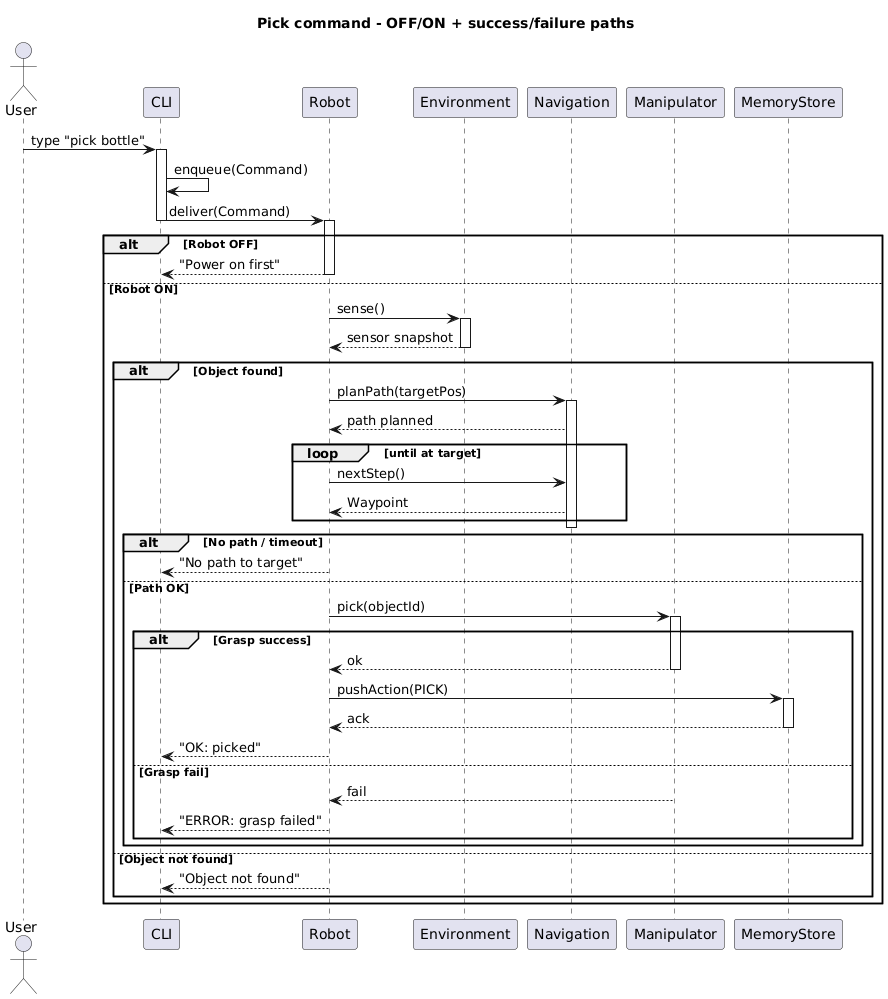
Before: OOP_PCOM7E_Assignment/assets/img/sequence_diagram.png, a diagram exported from PlantUML (va-angelier/va-angelier.github.io). Its diagram source:
```plantuml
@startuml
title "Pick command - OFF/ON + success/failure paths"

actor User
participant CLI
participant Robot
participant Environment
participant Navigation
participant Manipulator
participant MemoryStore

User -> CLI : type "pick bottle"
activate CLI
CLI -> CLI : enqueue(Command)
CLI -> Robot : deliver(Command)
deactivate CLI
activate Robot

alt Robot OFF
  Robot --> CLI : "Power on first"
  deactivate Robot
else Robot ON
  Robot -> Environment : sense()
  activate Environment
  Environment --> Robot : sensor snapshot
  deactivate Environment

  alt Object found
    Robot -> Navigation : planPath(targetPos)
    activate Navigation
    Navigation --> Robot : path planned
    loop until at target
      Robot -> Navigation : nextStep()
      Navigation --> Robot : Waypoint
    end
    deactivate Navigation

    alt No path / timeout
      Robot --> CLI : "No path to target"
      deactivate Robot
    else Path OK
      Robot -> Manipulator : pick(objectId)
      activate Manipulator
      alt Grasp success
        Manipulator --> Robot : ok
        deactivate Manipulator
        Robot -> MemoryStore : pushAction(PICK)
        activate MemoryStore
        MemoryStore --> Robot : ack
        deactivate MemoryStore
        Robot --> CLI : "OK: picked"
        deactivate Robot
      else Grasp fail
        Manipulator --> Robot : fail
        deactivate Manipulator
        Robot --> CLI : "ERROR: grasp failed"
        deactivate Robot
      end
    end
  else Object not found
    Robot --> CLI : "Object not found"
    deactivate Robot
  end
end
@enduml
```
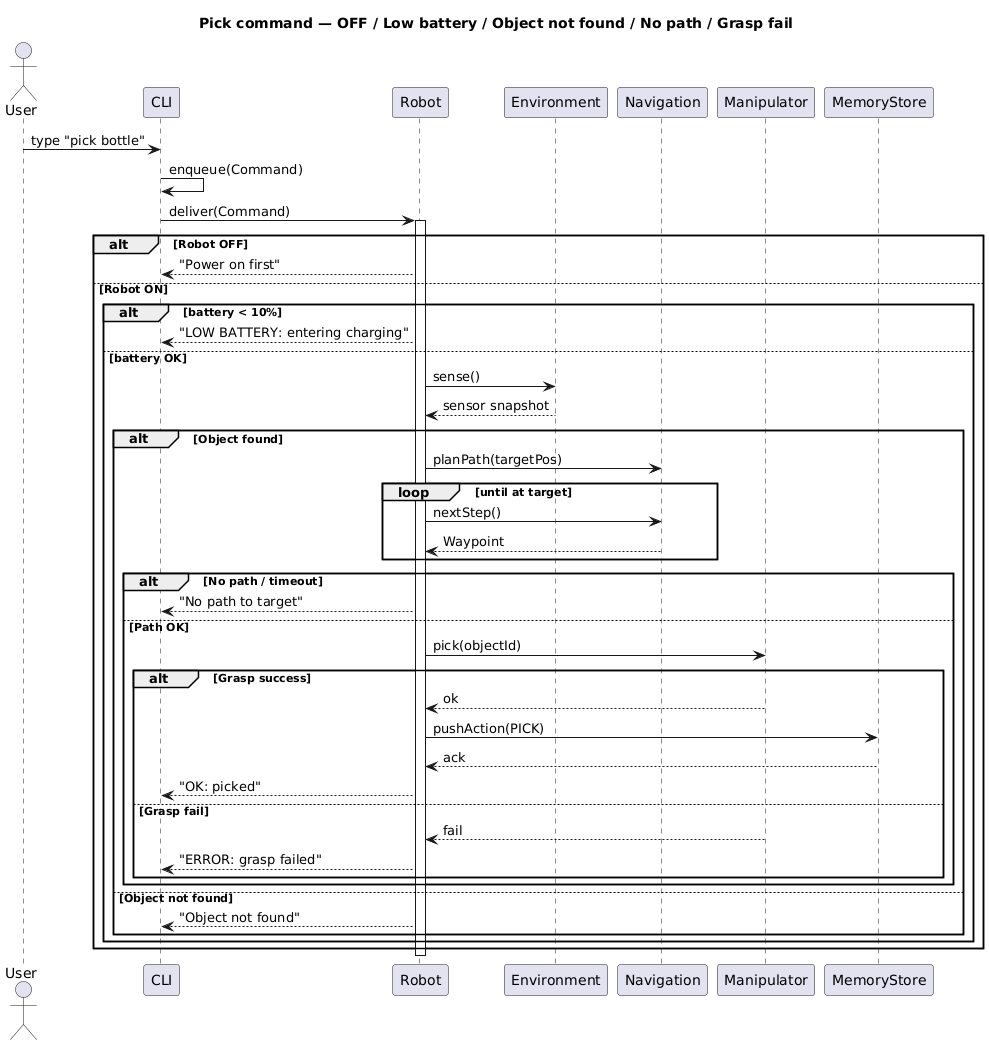
The same file after the commit.

Change to the diagram source:
```diff
@@ -1,6 +1,5 @@
 @startuml
-title "Pick command - OFF/ON + success/failure paths"
-
+title Pick command — OFF / Low battery / Object not found / No path / Grasp fail
 actor User
 participant CLI
 participant Robot
@@ -10,56 +9,42 @@
 participant MemoryStore
 
 User -> CLI : type "pick bottle"
-activate CLI
 CLI -> CLI : enqueue(Command)
 CLI -> Robot : deliver(Command)
-deactivate CLI
+
 activate Robot
-
 alt Robot OFF
   Robot --> CLI : "Power on first"
-  deactivate Robot
 else Robot ON
-  Robot -> Environment : sense()
-  activate Environment
-  Environment --> Robot : sensor snapshot
-  deactivate Environment
-
-  alt Object found
-    Robot -> Navigation : planPath(targetPos)
-    activate Navigation
-    Navigation --> Robot : path planned
-    loop until at target
-      Robot -> Navigation : nextStep()
-      Navigation --> Robot : Waypoint
+  alt battery < 10%
+    Robot --> CLI : "LOW BATTERY: entering charging"
+  else battery OK
+    Robot -> Environment : sense()
+    Environment --> Robot : sensor snapshot
+    alt Object found
+      Robot -> Navigation : planPath(targetPos)
+      loop until at target
+        Robot -> Navigation : nextStep()
+        Navigation --> Robot : Waypoint
+      end
+      alt No path / timeout
+        Robot --> CLI : "No path to target"
+      else Path OK
+        Robot -> Manipulator : pick(objectId)
+        alt Grasp success
+          Manipulator --> Robot : ok
+          Robot -> MemoryStore : pushAction(PICK)
+          MemoryStore --> Robot : ack
+          Robot --> CLI : "OK: picked"
+        else Grasp fail
+          Manipulator --> Robot : fail
+          Robot --> CLI : "ERROR: grasp failed"
+        end
+      end
+    else Object not found
+      Robot --> CLI : "Object not found"
     end
-    deactivate Navigation
-
-    alt No path / timeout
-      Robot --> CLI : "No path to target"
-      deactivate Robot
-    else Path OK
-      Robot -> Manipulator : pick(objectId)
-      activate Manipulator
-      alt Grasp success
-        Manipulator --> Robot : ok
-        deactivate Manipulator
-        Robot -> MemoryStore : pushAction(PICK)
-        activate MemoryStore
-        MemoryStore --> Robot : ack
-        deactivate MemoryStore
-        Robot --> CLI : "OK: picked"
-        deactivate Robot
-      else Grasp fail
-        Manipulator --> Robot : fail
-        deactivate Manipulator
-        Robot --> CLI : "ERROR: grasp failed"
-        deactivate Robot
-      end
-    end
-  else Object not found
-    Robot --> CLI : "Object not found"
-    deactivate Robot
   end
 end
+deactivate Robot
 @enduml
```
